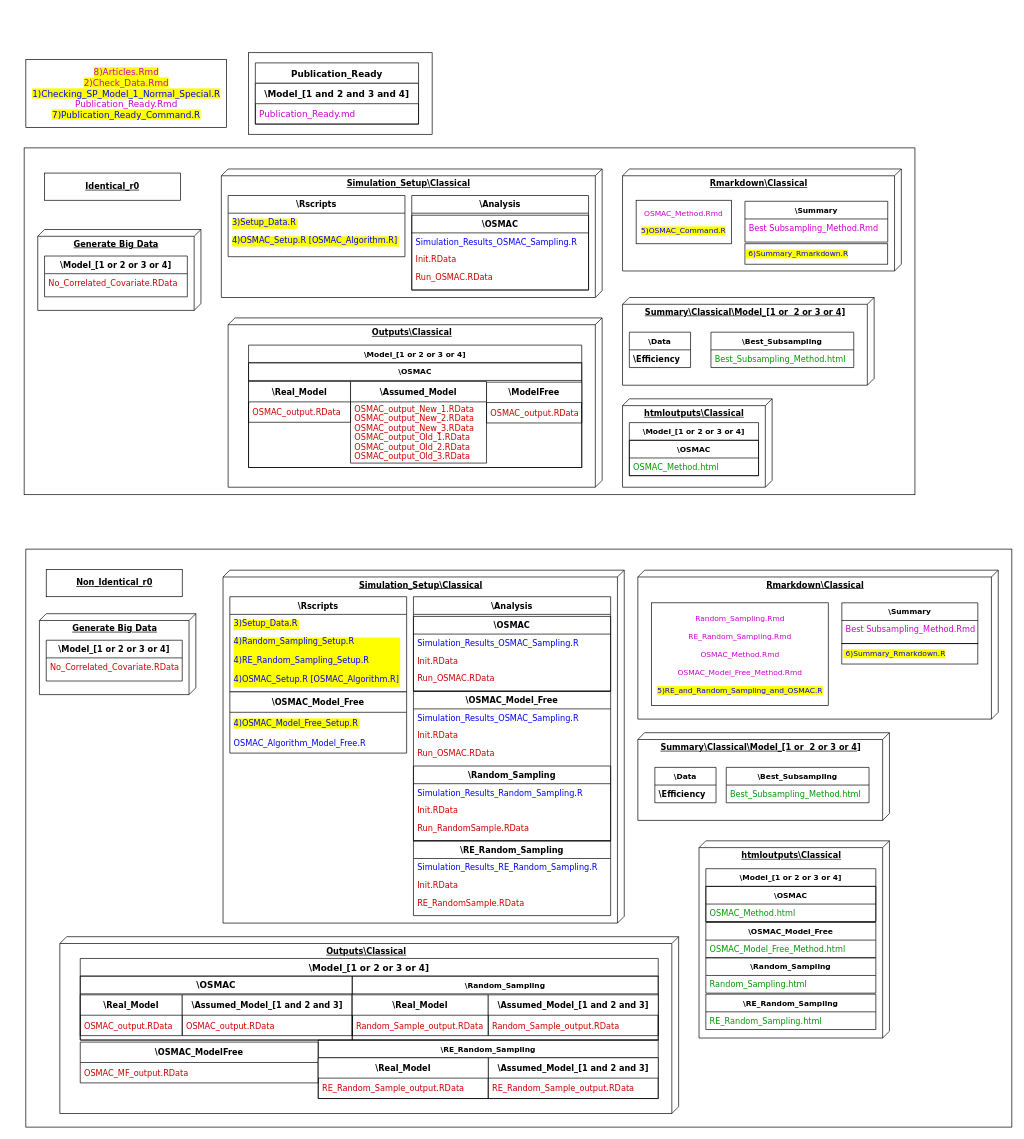
Earlier version of the draw.io diagram Images/Brief_FullDiagram.drawio (Amalan-ConStat/RS_OS_MROS_LR_TwoVar_Normal). Source tidied: cells renumbered, new cells numbered last; positions are measured from the earlier drawing's top-left corner, leaving out a move shared by most shapes. Both pictures are drawn from the tidied source at 68%, with x=0, y=0 at pixel (24, 52).
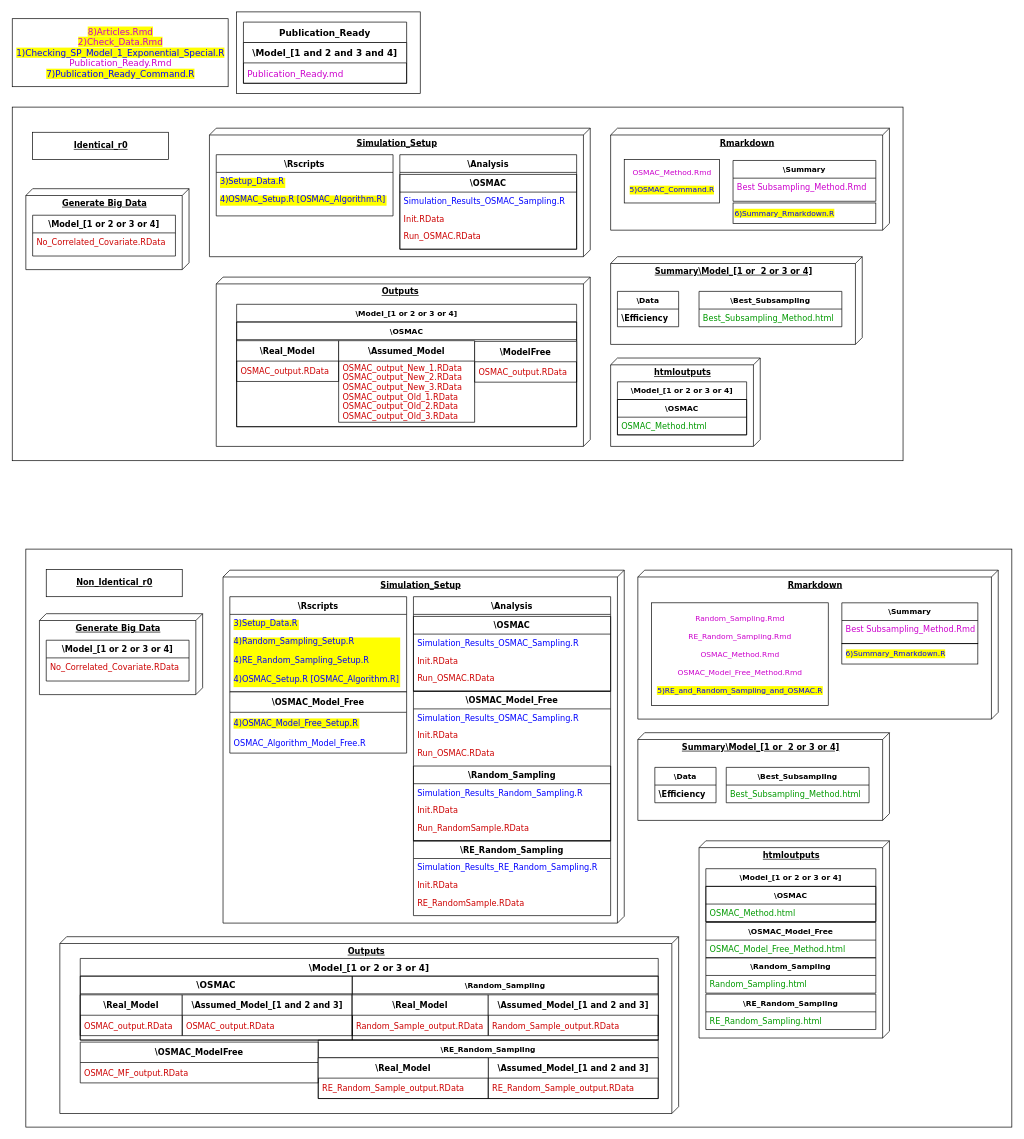
After the change.

Change to the diagram source:
```diff
@@
     <mxCell id="2" style="rounded=0;whiteSpace=wrap;html=1;fontFamily=Verdana;fontSize=13;fontColor=#000000;" parent="1" vertex="1">
-      <mxGeometry x="330" width="270" height="120" as="geometry" />
+      <mxGeometry x="312.5" y="-60" width="270" height="120" as="geometry" />
     </mxCell>
@@
     <mxCell id="4" style="rounded=0;whiteSpace=wrap;html=1;fontColor=#000000;fontFamily=Verdana;" parent="1" vertex="1">
-      <mxGeometry y="140" width="1310" height="510" as="geometry" />
+      <mxGeometry x="-17.5" y="80" width="1310" height="520" as="geometry" />
     </mxCell>
     <mxCell id="5" value="Generate Big Data" style="verticalAlign=top;align=center;spacingTop=8;spacingLeft=2;spacingRight=12;shape=cube;size=10;direction=south;fontStyle=5;html=1;rounded=0;shadow=0;comic=0;labelBackgroundColor=none;strokeWidth=1;fontFamily=Verdana;fontSize=12;" parent="1" vertex="1">
-      <mxGeometry x="20" y="260" width="240" height="119" as="geometry" />
+      <mxGeometry x="2.5" y="200" width="240" height="119" as="geometry" />
     </mxCell>
-    <mxCell id="6" value="htmloutputs\Classical&lt;br&gt;&lt;br&gt;" style="verticalAlign=top;align=center;spacingTop=8;spacingLeft=2;spacingRight=12;shape=cube;size=10;direction=south;fontStyle=5;html=1;rounded=0;shadow=0;comic=0;labelBackgroundColor=none;strokeWidth=1;fontFamily=Verdana;fontSize=12;" parent="1" vertex="1">
-      <mxGeometry x="880" y="509" width="220" height="130" as="geometry" />
+    <mxCell id="6" value="htmloutputs&lt;br&gt;" style="verticalAlign=top;align=center;spacingTop=8;spacingLeft=2;spacingRight=12;shape=cube;size=10;direction=south;fontStyle=5;html=1;rounded=0;shadow=0;comic=0;labelBackgroundColor=none;strokeWidth=1;fontFamily=Verdana;fontSize=12;" parent="1" vertex="1">
+      <mxGeometry x="862.5" y="449" width="220" height="130" as="geometry" />
     </mxCell>
-    <mxCell id="7" value="Outputs\Classical" style="verticalAlign=top;align=center;spacingTop=8;spacingLeft=2;spacingRight=12;shape=cube;size=10;direction=south;fontStyle=5;html=1;rounded=0;shadow=0;comic=0;labelBackgroundColor=none;strokeWidth=1;fontFamily=Verdana;fontSize=12;" parent="1" vertex="1">
-      <mxGeometry x="300" y="390" width="550" height="249" as="geometry" />
+    <mxCell id="7" value="Outputs" style="verticalAlign=top;align=center;spacingTop=8;spacingLeft=2;spacingRight=12;shape=cube;size=10;direction=south;fontStyle=5;html=1;rounded=0;shadow=0;comic=0;labelBackgroundColor=none;strokeWidth=1;fontFamily=Verdana;fontSize=12;" parent="1" vertex="1">
+      <mxGeometry x="282.5" y="330" width="550" height="249" as="geometry" />
     </mxCell>
-    <mxCell id="8" value="&lt;b&gt;Rmarkdown\Classical&lt;/b&gt;" style="verticalAlign=top;align=center;spacingTop=8;spacingLeft=2;spacingRight=12;shape=cube;size=10;direction=south;fontStyle=4;html=1;rounded=0;shadow=0;comic=0;labelBackgroundColor=none;strokeWidth=1;fontFamily=Verdana;fontSize=12;" parent="1" vertex="1">
-      <mxGeometry x="880" y="171" width="410" height="150" as="geometry" />
+    <mxCell id="8" value="&lt;b&gt;Rmarkdown&lt;/b&gt;" style="verticalAlign=top;align=center;spacingTop=8;spacingLeft=2;spacingRight=12;shape=cube;size=10;direction=south;fontStyle=4;html=1;rounded=0;shadow=0;comic=0;labelBackgroundColor=none;strokeWidth=1;fontFamily=Verdana;fontSize=12;" parent="1" vertex="1">
+      <mxGeometry x="862.5" y="111" width="410" height="150" as="geometry" />
     </mxCell>
-    <mxCell id="9" value="Simulation_Setup\Classical" style="verticalAlign=top;align=center;spacingTop=8;spacingLeft=2;spacingRight=12;shape=cube;size=10;direction=south;fontStyle=5;html=1;rounded=0;shadow=0;comic=0;labelBackgroundColor=none;strokeWidth=1;fontFamily=Verdana;fontSize=12;" parent="1" vertex="1">
-      <mxGeometry x="290" y="171" width="560" height="189" as="geometry" />
+    <mxCell id="9" value="Simulation_Setup" style="verticalAlign=top;align=center;spacingTop=8;spacingLeft=2;spacingRight=12;shape=cube;size=10;direction=south;fontStyle=5;html=1;rounded=0;shadow=0;comic=0;labelBackgroundColor=none;strokeWidth=1;fontFamily=Verdana;fontSize=12;" parent="1" vertex="1">
+      <mxGeometry x="272.5" y="111" width="560" height="189" as="geometry" />
     </mxCell>
-    <mxCell id="10" value="&lt;b&gt;Summary\Classical\Model_[1 or&amp;nbsp; 2 or 3 or 4]&lt;/b&gt;" style="verticalAlign=top;align=center;spacingTop=8;spacingLeft=2;spacingRight=12;shape=cube;size=10;direction=south;fontStyle=4;html=1;rounded=0;shadow=0;comic=0;labelBackgroundColor=none;strokeWidth=1;fontFamily=Verdana;fontSize=12;" parent="1" vertex="1">
-      <mxGeometry x="880" y="360" width="370" height="129" as="geometry" />
+    <mxCell id="10" value="&lt;b&gt;Summary\Model_[1 or&amp;nbsp; 2 or 3 or 4]&lt;/b&gt;" style="verticalAlign=top;align=center;spacingTop=8;spacingLeft=2;spacingRight=12;shape=cube;size=10;direction=south;fontStyle=4;html=1;rounded=0;shadow=0;comic=0;labelBackgroundColor=none;strokeWidth=1;fontFamily=Verdana;fontSize=12;" parent="1" vertex="1">
+      <mxGeometry x="862.5" y="300" width="370" height="129" as="geometry" />
     </mxCell>
     <mxCell id="11" value="\Model_[1 or 2 or 3 or 4]" style="swimlane;fontStyle=1;horizontal=1;startSize=26;fontFamily=Verdana;" parent="1" vertex="1">
-      <mxGeometry x="30" y="299" width="210" height="60" as="geometry" />
+      <mxGeometry x="12.5" y="239" width="210" height="60" as="geometry" />
     </mxCell>
@@
     <mxCell id="13" value="\Rscripts" style="swimlane;fontStyle=1;horizontal=1;startSize=26;fontFamily=Verdana;" parent="1" vertex="1">
-      <mxGeometry x="300" y="210" width="260" height="90" as="geometry" />
+      <mxGeometry x="282.5" y="150" width="260" height="90" as="geometry" />
     </mxCell>
@@
-    <mxCell id="15" value="4)OSMAC_Setup.R [OSMAC_Algorithm.R]&#10;" style="text;strokeColor=none;fillColor=none;align=left;verticalAlign=top;spacingLeft=4;spacingRight=4;overflow=hidden;fontColor=#0000FF;fontFamily=Verdana;labelBackgroundColor=#FFFF00;" parent="13" vertex="1">
+    <mxCell id="15" value="4)OSMAC_Setup.R [OSMAC_Algorithm.R]" style="text;strokeColor=none;fillColor=none;align=left;verticalAlign=top;spacingLeft=4;spacingRight=4;overflow=hidden;fontColor=#0000FF;fontFamily=Verdana;labelBackgroundColor=#FFFF00;" parent="13" vertex="1">
       <mxGeometry y="52" width="260" height="38" as="geometry" />
     </mxCell>
     <mxCell id="16" value="\Analysis" style="swimlane;fontStyle=1;horizontal=1;startSize=26;strokeColor=#000000;fillColor=none;fontFamily=Verdana;" parent="1" vertex="1">
-      <mxGeometry x="570" y="210" width="260" height="139" as="geometry" />
+      <mxGeometry x="552.5" y="150" width="260" height="139" as="geometry" />
     </mxCell>
     <mxCell id="17" value="\Model_[1 or 2 or 3 or 4]" style="swimlane;fontStyle=1;horizontal=1;startSize=26;fontSize=11;strokeColor=#000000;fillColor=none;align=center;html=0;fontFamily=Verdana;" parent="1" vertex="1">
-      <mxGeometry x="330" y="430" width="490" height="180" as="geometry" />
+      <mxGeometry x="312.5" y="370" width="500" height="180" as="geometry" />
     </mxCell>
     <mxCell id="18" value="\OSMAC" style="swimlane;fontStyle=1;horizontal=1;startSize=26;fontSize=11;strokeColor=#000000;fillColor=none;align=center;html=0;fontFamily=Verdana;" parent="17" vertex="1">
-      <mxGeometry y="26" width="490" height="154" as="geometry" />
+      <mxGeometry y="26" width="500" height="154" as="geometry" />
     </mxCell>
     <mxCell id="19" value="&lt;font color=&quot;#cc00cc&quot;&gt;OSMAC_Method.Rmd&lt;br&gt;&lt;/font&gt;&lt;br&gt;&lt;font style=&quot;background-color: rgb(255, 255, 0);&quot; color=&quot;#0000ff&quot;&gt;5)OSMAC_Command.R&lt;/font&gt;" style="whiteSpace=wrap;html=1;fontSize=11;fontColor=#000000;strokeColor=#000000;fillColor=none;align=center;fontFamily=Verdana;" parent="1" vertex="1">
-      <mxGeometry x="900" y="217" width="140" height="64" as="geometry" />
+      <mxGeometry x="882.5" y="157" width="140" height="64" as="geometry" />
     </mxCell>
     <mxCell id="20" value="\Summary" style="swimlane;fontStyle=1;horizontal=1;startSize=26;fontSize=11;strokeColor=#000000;fillColor=none;align=center;html=0;fontFamily=Verdana;" parent="1" vertex="1">
-      <mxGeometry x="1060" y="218.5" width="210" height="60" as="geometry" />
+      <mxGeometry x="1042.5" y="158.5" width="210" height="60" as="geometry" />
     </mxCell>
@@
-    <mxCell id="22" value="&lt;font style=&quot;background-color: rgb(255, 255, 0);&quot; color=&quot;#0000ff&quot;&gt;&amp;nbsp;6)Summary_Rmarkdown.R&lt;/font&gt;" style="rounded=0;whiteSpace=wrap;html=1;fontSize=11;fontColor=#000000;strokeColor=#000000;fillColor=none;align=left;fontFamily=Verdana;" parent="1" vertex="1">
-      <mxGeometry x="1060" y="281" width="210" height="30" as="geometry" />
+    <mxCell id="22" value="&lt;font style=&quot;background-color: rgb(255, 255, 0);&quot; color=&quot;#0000ff&quot;&gt;6)Summary_Rmarkdown.R&lt;/font&gt;" style="rounded=0;whiteSpace=wrap;html=1;fontSize=11;fontColor=#000000;strokeColor=#000000;fillColor=none;align=left;fontFamily=Verdana;" parent="1" vertex="1">
+      <mxGeometry x="1042.5" y="221" width="210" height="30" as="geometry" />
     </mxCell>
     <mxCell id="23" value="\Model_[1 or 2 or 3 or 4]" style="swimlane;fontStyle=1;horizontal=1;startSize=26;fontSize=11;strokeColor=#000000;fillColor=none;align=center;html=0;fontFamily=Verdana;" parent="1" vertex="1">
-      <mxGeometry x="890" y="544" width="190" height="78" as="geometry" />
+      <mxGeometry x="872.5" y="484" width="190" height="78" as="geometry" />
     </mxCell>
@@
     <mxCell id="26" value="\Data" style="swimlane;fontStyle=1;horizontal=1;startSize=26;fontSize=11;strokeColor=#000000;fillColor=none;align=center;html=0;fontFamily=Verdana;" parent="1" vertex="1">
-      <mxGeometry x="890" y="411" width="90" height="52" as="geometry" />
+      <mxGeometry x="872.5" y="351" width="90" height="52" as="geometry" />
     </mxCell>
@@
     <mxCell id="28" value="\Best_Subsampling" style="swimlane;fontStyle=1;horizontal=1;startSize=26;fontSize=11;fontColor=#000000;strokeColor=#000000;fillColor=none;align=center;html=0;fontFamily=Verdana;" parent="1" vertex="1">
-      <mxGeometry x="1010" y="411" width="210" height="52" as="geometry" />
+      <mxGeometry x="992.5" y="351" width="210" height="52" as="geometry" />
     </mxCell>
@@
     <mxCell id="30" value="\OSMAC" style="swimlane;fontStyle=1;horizontal=1;startSize=26;strokeColor=#000000;fillColor=none;fontFamily=Verdana;" parent="1" vertex="1">
-      <mxGeometry x="570" y="239" width="260" height="110" as="geometry" />
+      <mxGeometry x="552.5" y="179" width="260" height="110" as="geometry" />
     </mxCell>
@@
     <mxCell id="34" value="&lt;b&gt;&lt;u&gt;Identical_r0&lt;/u&gt;&lt;/b&gt;" style="rounded=0;whiteSpace=wrap;html=1;fontFamily=Verdana;" parent="1" vertex="1">
-      <mxGeometry x="30" y="177" width="200" height="40" as="geometry" />
+      <mxGeometry x="12.5" y="117" width="200" height="40" as="geometry" />
     </mxCell>
     <mxCell id="35" value="\Real_Model" style="swimlane;fontStyle=1;horizontal=1;startSize=30;fontColor=#000000;fontFamily=Verdana;" parent="1" vertex="1">
-      <mxGeometry x="330" y="483.5" width="150" height="60" as="geometry" />
+      <mxGeometry x="312.5" y="423.5" width="150" height="60" as="geometry" />
     </mxCell>
@@
     <mxCell id="37" value="\Assumed_Model" style="swimlane;fontStyle=1;horizontal=1;startSize=30;fontColor=#000000;fontFamily=Verdana;" parent="1" vertex="1">
-      <mxGeometry x="480" y="483.5" width="200" height="120" as="geometry" />
+      <mxGeometry x="462.5" y="423.5" width="200" height="120" as="geometry" />
     </mxCell>
@@
     <mxCell id="39" value="\ModelFree" style="swimlane;fontStyle=1;horizontal=1;startSize=30;fontColor=#000000;fontFamily=Verdana;" parent="1" vertex="1">
-      <mxGeometry x="680" y="484.5" width="140" height="60" as="geometry" />
+      <mxGeometry x="662.5" y="424.5" width="150" height="60" as="geometry" />
     </mxCell>
     <mxCell id="40" value="OSMAC_output.RData" style="text;strokeColor=none;fillColor=none;align=left;verticalAlign=middle;spacingLeft=4;spacingRight=4;overflow=hidden;fontColor=#CC0000;fontFamily=Verdana;" parent="39" vertex="1">
-      <mxGeometry y="30" width="140" height="30" as="geometry" />
+      <mxGeometry y="30" width="150" height="30" as="geometry" />
     </mxCell>
     <mxCell id="41" value="Generate Big Data" style="verticalAlign=top;align=center;spacingTop=8;spacingLeft=2;spacingRight=12;shape=cube;size=10;direction=south;fontStyle=5;html=1;rounded=0;shadow=0;comic=0;labelBackgroundColor=none;strokeWidth=1;fontFamily=Verdana;fontSize=12;" parent="1" vertex="1">
-      <mxGeometry x="22.5" y="825" width="230" height="119" as="geometry" />
+      <mxGeometry x="22.5" y="825" width="240" height="119" as="geometry" />
     </mxCell>
-    <mxCell id="42" value="htmloutputs\Classical&lt;br&gt;&lt;br&gt;" style="verticalAlign=top;align=center;spacingTop=8;spacingLeft=2;spacingRight=12;shape=cube;size=10;direction=south;fontStyle=5;html=1;rounded=0;shadow=0;comic=0;labelBackgroundColor=none;strokeWidth=1;fontFamily=Verdana;fontSize=12;" parent="1" vertex="1">
+    <mxCell id="42" value="htmloutputs&lt;br&gt;" style="verticalAlign=top;align=center;spacingTop=8;spacingLeft=2;spacingRight=12;shape=cube;size=10;direction=south;fontStyle=5;html=1;rounded=0;shadow=0;comic=0;labelBackgroundColor=none;strokeWidth=1;fontFamily=Verdana;fontSize=12;" parent="1" vertex="1">
       <mxGeometry x="992.5" y="1159" width="280" height="290" as="geometry" />
     </mxCell>
-    <mxCell id="43" value="Outputs\Classical" style="verticalAlign=top;align=center;spacingTop=8;spacingLeft=2;spacingRight=12;shape=cube;size=10;direction=south;fontStyle=5;html=1;rounded=0;shadow=0;comic=0;labelBackgroundColor=none;strokeWidth=1;fontFamily=Verdana;fontSize=12;" parent="1" vertex="1">
+    <mxCell id="43" value="Outputs" style="verticalAlign=top;align=center;spacingTop=8;spacingLeft=2;spacingRight=12;shape=cube;size=10;direction=south;fontStyle=5;html=1;rounded=0;shadow=0;comic=0;labelBackgroundColor=none;strokeWidth=1;fontFamily=Verdana;fontSize=12;" parent="1" vertex="1">
       <mxGeometry x="52.5" y="1300" width="910" height="260" as="geometry" />
     </mxCell>
-    <mxCell id="44" value="&lt;b&gt;Rmarkdown\Classical&lt;/b&gt;" style="verticalAlign=top;align=center;spacingTop=8;spacingLeft=2;spacingRight=12;shape=cube;size=10;direction=south;fontStyle=4;html=1;rounded=0;shadow=0;comic=0;labelBackgroundColor=none;strokeWidth=1;fontFamily=Verdana;fontSize=12;" parent="1" vertex="1">
+    <mxCell id="44" value="&lt;b&gt;Rmarkdown&lt;/b&gt;" style="verticalAlign=top;align=center;spacingTop=8;spacingLeft=2;spacingRight=12;shape=cube;size=10;direction=south;fontStyle=4;html=1;rounded=0;shadow=0;comic=0;labelBackgroundColor=none;strokeWidth=1;fontFamily=Verdana;fontSize=12;" parent="1" vertex="1">
       <mxGeometry x="902.5" y="761" width="530" height="219" as="geometry" />
     </mxCell>
-    <mxCell id="45" value="Simulation_Setup\Classical" style="verticalAlign=top;align=center;spacingTop=8;spacingLeft=2;spacingRight=12;shape=cube;size=10;direction=south;fontStyle=5;html=1;rounded=0;shadow=0;comic=0;labelBackgroundColor=none;strokeWidth=1;fontFamily=Verdana;fontSize=12;" parent="1" vertex="1">
+    <mxCell id="45" value="Simulation_Setup" style="verticalAlign=top;align=center;spacingTop=8;spacingLeft=2;spacingRight=12;shape=cube;size=10;direction=south;fontStyle=5;html=1;rounded=0;shadow=0;comic=0;labelBackgroundColor=none;strokeWidth=1;fontFamily=Verdana;fontSize=12;" parent="1" vertex="1">
       <mxGeometry x="292.5" y="761" width="590" height="519" as="geometry" />
     </mxCell>
-    <mxCell id="46" value="&lt;b&gt;Summary\Classical\Model_[1 or&amp;nbsp; 2 or 3 or 4]&lt;/b&gt;" style="verticalAlign=top;align=center;spacingTop=8;spacingLeft=2;spacingRight=12;shape=cube;size=10;direction=south;fontStyle=4;html=1;rounded=0;shadow=0;comic=0;labelBackgroundColor=none;strokeWidth=1;fontFamily=Verdana;fontSize=12;" parent="1" vertex="1">
+    <mxCell id="46" value="&lt;b&gt;Summary\Model_[1 or&amp;nbsp; 2 or 3 or 4]&lt;/b&gt;" style="verticalAlign=top;align=center;spacingTop=8;spacingLeft=2;spacingRight=12;shape=cube;size=10;direction=south;fontStyle=4;html=1;rounded=0;shadow=0;comic=0;labelBackgroundColor=none;strokeWidth=1;fontFamily=Verdana;fontSize=12;" parent="1" vertex="1">
       <mxGeometry x="902.5" y="1000" width="370" height="129" as="geometry" />
     </mxCell>
     <mxCell id="47" value="\Model_[1 or 2 or 3 or 4]" style="swimlane;fontStyle=1;horizontal=1;startSize=26;fontFamily=Verdana;" parent="1" vertex="1">
-      <mxGeometry x="32.5" y="864" width="200" height="60" as="geometry" />
+      <mxGeometry x="32.5" y="864" width="210" height="60" as="geometry" />
     </mxCell>
     <mxCell id="48" value="No_Correlated_Covariate.RData" style="text;strokeColor=none;fillColor=none;align=left;verticalAlign=top;spacingLeft=4;spacingRight=4;overflow=hidden;fontColor=#CC0000;fontFamily=Verdana;" parent="47" vertex="1">
-      <mxGeometry y="26" width="200" height="34" as="geometry" />
+      <mxGeometry y="26" width="210" height="34" as="geometry" />
     </mxCell>
@@
-    <mxCell id="57" value="&lt;font style=&quot;background-color: rgb(255, 255, 0);&quot; color=&quot;#0000ff&quot;&gt;&amp;nbsp;6)Summary_Rmarkdown.R&lt;/font&gt;" style="rounded=0;whiteSpace=wrap;html=1;fontSize=11;fontColor=#000000;strokeColor=#000000;fillColor=none;align=left;fontFamily=Verdana;" parent="1" vertex="1">
+    <mxCell id="57" value="&lt;font color=&quot;#0000ff&quot;&gt;&amp;nbsp;&lt;span style=&quot;background-color: rgb(255, 255, 0);&quot;&gt;6)Summary_Rmarkdown.R&lt;/span&gt;&lt;/font&gt;" style="rounded=0;whiteSpace=wrap;html=1;fontSize=11;fontColor=#000000;strokeColor=#000000;fillColor=none;align=left;fontFamily=Verdana;" parent="1" vertex="1">
       <mxGeometry x="1202.5" y="869" width="200" height="30" as="geometry" />
     </mxCell>
@@
-    <mxCell id="108" value="&lt;font style=&quot;font-size: 13px&quot;&gt;&lt;span style=&quot;background-color: rgb(255, 255, 0);&quot;&gt;&lt;font color=&quot;#cc00cc&quot; style=&quot;font-size: 13px&quot;&gt;8)Articles.Rmd&lt;br&gt;2)Check_Data.Rmd&lt;/font&gt;&lt;br&gt;&lt;font style=&quot;font-size: 13px&quot;&gt;1)Checking_SP_Model_1_Normal_Special.R&lt;/font&gt;&lt;/span&gt;&lt;br&gt;&lt;font color=&quot;#cc00cc&quot; style=&quot;font-size: 13px&quot;&gt;Publication_Ready.Rmd&lt;/font&gt;&lt;br&gt;&lt;font style=&quot;font-size: 13px; background-color: rgb(255, 255, 0);&quot;&gt;7)Publication_Ready_Command.R&lt;/font&gt;&lt;/font&gt;" style="rounded=0;whiteSpace=wrap;html=1;fontFamily=Verdana;fontSize=13;fontColor=#0000FF;" parent="1" vertex="1">
-      <mxGeometry x="2.5" y="10" width="295" height="100" as="geometry" />
+    <mxCell id="108" value="&lt;font style=&quot;font-size: 13px&quot;&gt;&lt;font color=&quot;#cc00cc&quot; style=&quot;font-size: 13px&quot;&gt;&lt;span style=&quot;background-color: rgb(255, 255, 0);&quot;&gt;8)Articles.Rmd&lt;br&gt;2)Check_Data.Rmd&lt;/span&gt;&lt;/font&gt;&lt;br&gt;&lt;font style=&quot;font-size: 13px; background-color: rgb(255, 255, 0);&quot;&gt;1)Checking_SP_Model_1_Exponential_Special.R&lt;/font&gt;&lt;br&gt;&lt;font color=&quot;#cc00cc&quot; style=&quot;font-size: 13px&quot;&gt;Publication_Ready.Rmd&lt;/font&gt;&lt;br&gt;&lt;font style=&quot;font-size: 13px; background-color: rgb(255, 255, 0);&quot;&gt;7)Publication_Ready_Command.R&lt;/font&gt;&lt;/font&gt;" style="rounded=0;whiteSpace=wrap;html=1;fontFamily=Verdana;fontSize=13;fontColor=#0000FF;" parent="1" vertex="1">
+      <mxGeometry x="-17.5" y="-50" width="317.5" height="100" as="geometry" />
     </mxCell>
     <mxCell id="109" value="Publication_Ready" style="swimlane;fontStyle=1;horizontal=1;startSize=30;fontFamily=Verdana;fontSize=13;fontColor=#000000;" parent="1" vertex="1">
-      <mxGeometry x="340" y="15" width="240" height="90" as="geometry" />
+      <mxGeometry x="322.5" y="-45" width="240" height="90" as="geometry" />
     </mxCell>
```
